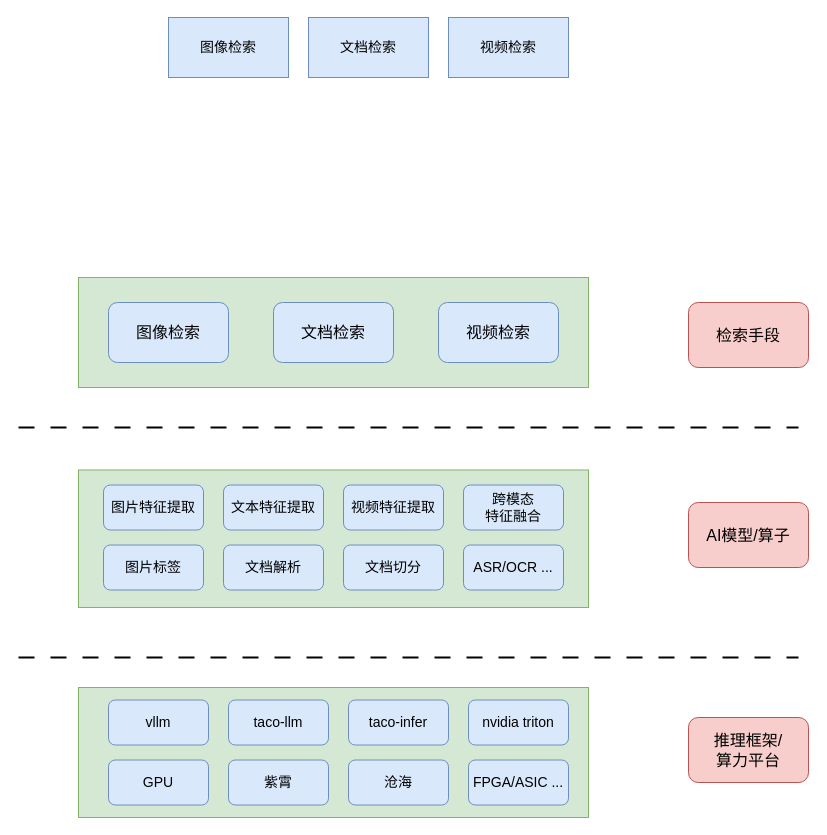
The draw.io diagram 20250531_汇报材料.drawio in CvRocker/draw-io, before the edit. Source tidied: cells renumbered, new cells numbered last; positions are measured from the earlier drawing's top-left corner, leaving out a move shared by most shapes. Both pictures are drawn from the tidied source at 100%, with x=0, y=0 at pixel (18, 17).
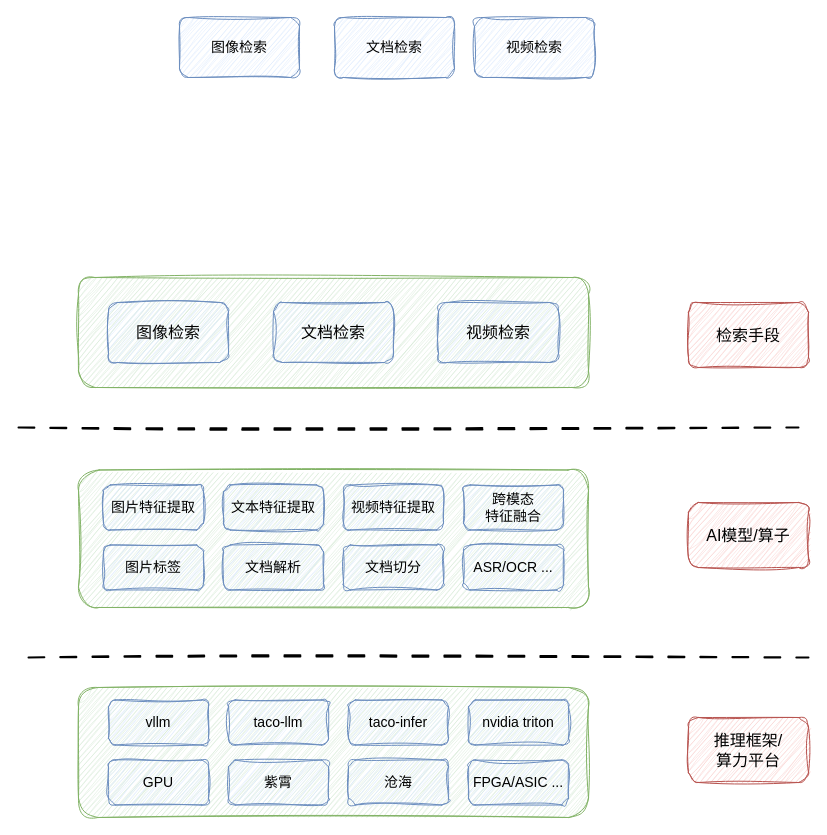
Above is the later version.

Diff of the diagram source:
```diff
@@
-    <mxCell id="2" style="rounded=0;whiteSpace=wrap;html=1;fillColor=#d5e8d4;strokeColor=#82b366;fontFamily=Helvetica;" parent="1" vertex="1">
+    <mxCell id="2" style="rounded=1;whiteSpace=wrap;html=1;fillColor=#d5e8d4;strokeColor=#82b366;fontFamily=Helvetica;sketch=1;curveFitting=1;jiggle=2;" parent="1" vertex="1">
       <mxGeometry x="60" y="260" width="510" height="110" as="geometry" />
     </mxCell>
-    <mxCell id="3" value="&lt;font style=&quot;font-size: 16px;&quot;&gt;检索手段&lt;/font&gt;" style="rounded=1;whiteSpace=wrap;html=1;fillColor=#f8cecc;strokeColor=#b85450;fontFamily=Helvetica;" parent="1" vertex="1">
+    <mxCell id="3" value="&lt;font style=&quot;font-size: 16px;&quot;&gt;检索手段&lt;/font&gt;" style="rounded=1;whiteSpace=wrap;html=1;fillColor=#f8cecc;strokeColor=#b85450;fontFamily=Helvetica;sketch=1;curveFitting=1;jiggle=2;" parent="1" vertex="1">
       <mxGeometry x="670" y="285" width="120" height="65" as="geometry" />
     </mxCell>
-    <mxCell id="4" value="图像检索" style="rounded=0;whiteSpace=wrap;html=1;fillColor=#dae8fc;strokeColor=#6c8ebf;fontFamily=Helvetica;fontSize=14;" parent="1" vertex="1">
-      <mxGeometry x="150" width="120" height="60" as="geometry" />
+    <mxCell id="4" value="图像检索" style="rounded=1;whiteSpace=wrap;html=1;fillColor=#dae8fc;strokeColor=#6c8ebf;fontFamily=Helvetica;fontSize=14;sketch=1;curveFitting=1;jiggle=2;" parent="1" vertex="1">
+      <mxGeometry x="161" width="120" height="60" as="geometry" />
     </mxCell>
-    <mxCell id="5" value="文档检索" style="rounded=0;whiteSpace=wrap;html=1;fillColor=#dae8fc;strokeColor=#6c8ebf;fontFamily=Helvetica;fontSize=14;" parent="1" vertex="1">
-      <mxGeometry x="290" width="120" height="60" as="geometry" />
+    <mxCell id="5" value="文档检索" style="rounded=1;whiteSpace=wrap;html=1;fillColor=#dae8fc;strokeColor=#6c8ebf;fontFamily=Helvetica;fontSize=14;sketch=1;curveFitting=1;jiggle=2;" parent="1" vertex="1">
+      <mxGeometry x="316" width="120" height="60" as="geometry" />
     </mxCell>
-    <mxCell id="6" value="视频检索" style="rounded=0;whiteSpace=wrap;html=1;fillColor=#dae8fc;strokeColor=#6c8ebf;fontFamily=Helvetica;fontSize=14;" parent="1" vertex="1">
-      <mxGeometry x="430" width="120" height="60" as="geometry" />
+    <mxCell id="6" value="视频检索" style="rounded=1;whiteSpace=wrap;html=1;fillColor=#dae8fc;strokeColor=#6c8ebf;fontFamily=Helvetica;fontSize=14;sketch=1;curveFitting=1;jiggle=2;" parent="1" vertex="1">
+      <mxGeometry x="456" width="120" height="60" as="geometry" />
     </mxCell>
-    <mxCell id="7" value="图像检索" style="rounded=1;whiteSpace=wrap;html=1;fontSize=16;fillColor=#dae8fc;strokeColor=#6c8ebf;" parent="1" vertex="1">
+    <mxCell id="7" value="图像检索" style="rounded=1;whiteSpace=wrap;html=1;fontSize=16;fillColor=#dae8fc;strokeColor=#6c8ebf;sketch=1;curveFitting=1;jiggle=2;" parent="1" vertex="1">
       <mxGeometry x="90" y="285" width="120" height="60" as="geometry" />
     </mxCell>
-    <mxCell id="8" value="文档检索" style="rounded=1;whiteSpace=wrap;html=1;fontSize=16;fillColor=#dae8fc;strokeColor=#6c8ebf;" parent="1" vertex="1">
+    <mxCell id="8" value="文档检索" style="rounded=1;whiteSpace=wrap;html=1;fontSize=16;fillColor=#dae8fc;strokeColor=#6c8ebf;sketch=1;curveFitting=1;jiggle=2;" parent="1" vertex="1">
       <mxGeometry x="255" y="285" width="120" height="60" as="geometry" />
     </mxCell>
-    <mxCell id="9" value="视频检索" style="rounded=1;whiteSpace=wrap;html=1;fontSize=16;fillColor=#dae8fc;strokeColor=#6c8ebf;" parent="1" vertex="1">
+    <mxCell id="9" value="视频检索" style="rounded=1;whiteSpace=wrap;html=1;fontSize=16;fillColor=#dae8fc;strokeColor=#6c8ebf;sketch=1;curveFitting=1;jiggle=2;" parent="1" vertex="1">
       <mxGeometry x="420" y="285" width="120" height="60" as="geometry" />
     </mxCell>
-    <mxCell id="10" style="endArrow=none;html=1;rounded=0;dashed=1;dashPattern=8 8;strokeWidth=2;" parent="1" edge="1">
+    <mxCell id="10" style="endArrow=none;html=1;rounded=1;dashed=1;dashPattern=8 8;strokeWidth=2;sketch=1;curveFitting=1;jiggle=2;" parent="1" edge="1">
       <mxGeometry relative="1" as="geometry">
         <mxPoint y="410" as="sourcePoint" />
         <mxPoint x="780" y="410" as="targetPoint" />
       </mxGeometry>
     </mxCell>
-    <mxCell id="11" style="rounded=0;whiteSpace=wrap;html=1;fillColor=#d5e8d4;strokeColor=#82b366;fontFamily=Helvetica;" parent="1" vertex="1">
+    <mxCell id="11" style="rounded=1;whiteSpace=wrap;html=1;fillColor=#d5e8d4;strokeColor=#82b366;fontFamily=Helvetica;sketch=1;curveFitting=1;jiggle=2;" parent="1" vertex="1">
       <mxGeometry x="60" y="452.5" width="510" height="137.5" as="geometry" />
     </mxCell>
-    <mxCell id="12" value="&lt;span style=&quot;font-size: 16px;&quot;&gt;AI模型/算子&lt;/span&gt;" style="rounded=1;whiteSpace=wrap;html=1;fillColor=#f8cecc;strokeColor=#b85450;fontFamily=Helvetica;" parent="1" vertex="1">
+    <mxCell id="12" value="&lt;span style=&quot;font-size: 16px;&quot;&gt;AI模型/算子&lt;/span&gt;" style="rounded=1;whiteSpace=wrap;html=1;fillColor=#f8cecc;strokeColor=#b85450;fontFamily=Helvetica;sketch=1;curveFitting=1;jiggle=2;" parent="1" vertex="1">
       <mxGeometry x="670" y="485" width="120" height="65" as="geometry" />
     </mxCell>
-    <mxCell id="13" value="图片特征提取" style="rounded=1;whiteSpace=wrap;html=1;fontSize=14;fillColor=#dae8fc;strokeColor=#6c8ebf;" parent="1" vertex="1">
+    <mxCell id="13" value="图片特征提取" style="rounded=1;whiteSpace=wrap;html=1;fontSize=14;fillColor=#dae8fc;strokeColor=#6c8ebf;sketch=1;curveFitting=1;jiggle=2;" parent="1" vertex="1">
       <mxGeometry x="85" y="467.5" width="100" height="45" as="geometry" />
     </mxCell>
-    <mxCell id="14" value="文本特征提取" style="rounded=1;whiteSpace=wrap;html=1;fontSize=14;fillColor=#dae8fc;strokeColor=#6c8ebf;" parent="1" vertex="1">
+    <mxCell id="14" value="文本特征提取" style="rounded=1;whiteSpace=wrap;html=1;fontSize=14;fillColor=#dae8fc;strokeColor=#6c8ebf;sketch=1;curveFitting=1;jiggle=2;" parent="1" vertex="1">
       <mxGeometry x="205" y="467.5" width="100" height="45" as="geometry" />
     </mxCell>
-    <mxCell id="15" value="视频特征提取" style="rounded=1;whiteSpace=wrap;html=1;fontSize=14;fillColor=#dae8fc;strokeColor=#6c8ebf;" parent="1" vertex="1">
+    <mxCell id="15" value="视频特征提取" style="rounded=1;whiteSpace=wrap;html=1;fontSize=14;fillColor=#dae8fc;strokeColor=#6c8ebf;sketch=1;curveFitting=1;jiggle=2;" parent="1" vertex="1">
       <mxGeometry x="325" y="467.5" width="100" height="45" as="geometry" />
     </mxCell>
-    <mxCell id="16" value="跨模态&lt;div&gt;特征融合&lt;/div&gt;" style="rounded=1;whiteSpace=wrap;html=1;fontSize=14;fillColor=#dae8fc;strokeColor=#6c8ebf;" parent="1" vertex="1">
+    <mxCell id="16" value="跨模态&lt;div&gt;特征融合&lt;/div&gt;" style="rounded=1;whiteSpace=wrap;html=1;fontSize=14;fillColor=#dae8fc;strokeColor=#6c8ebf;sketch=1;curveFitting=1;jiggle=2;" parent="1" vertex="1">
       <mxGeometry x="445" y="467.5" width="100" height="45" as="geometry" />
     </mxCell>
-    <mxCell id="17" value="图片标签" style="rounded=1;whiteSpace=wrap;html=1;fontSize=14;fillColor=#dae8fc;strokeColor=#6c8ebf;" parent="1" vertex="1">
+    <mxCell id="17" value="图片标签" style="rounded=1;whiteSpace=wrap;html=1;fontSize=14;fillColor=#dae8fc;strokeColor=#6c8ebf;sketch=1;curveFitting=1;jiggle=2;" parent="1" vertex="1">
       <mxGeometry x="85" y="527.5" width="100" height="45" as="geometry" />
     </mxCell>
-    <mxCell id="18" value="文档解析" style="rounded=1;whiteSpace=wrap;html=1;fontSize=14;fillColor=#dae8fc;strokeColor=#6c8ebf;" parent="1" vertex="1">
+    <mxCell id="18" value="文档解析" style="rounded=1;whiteSpace=wrap;html=1;fontSize=14;fillColor=#dae8fc;strokeColor=#6c8ebf;sketch=1;curveFitting=1;jiggle=2;" parent="1" vertex="1">
       <mxGeometry x="205" y="527.5" width="100" height="45" as="geometry" />
     </mxCell>
-    <mxCell id="19" value="文档切分" style="rounded=1;whiteSpace=wrap;html=1;fontSize=14;fillColor=#dae8fc;strokeColor=#6c8ebf;" parent="1" vertex="1">
+    <mxCell id="19" value="文档切分" style="rounded=1;whiteSpace=wrap;html=1;fontSize=14;fillColor=#dae8fc;strokeColor=#6c8ebf;sketch=1;curveFitting=1;jiggle=2;" parent="1" vertex="1">
       <mxGeometry x="325" y="527.5" width="100" height="45" as="geometry" />
     </mxCell>
-    <mxCell id="20" value="ASR/OCR ..." style="rounded=1;whiteSpace=wrap;html=1;fontSize=14;fillColor=#dae8fc;strokeColor=#6c8ebf;" parent="1" vertex="1">
+    <mxCell id="20" value="ASR/OCR ..." style="rounded=1;whiteSpace=wrap;html=1;fontSize=14;fillColor=#dae8fc;strokeColor=#6c8ebf;sketch=1;curveFitting=1;jiggle=2;" parent="1" vertex="1">
       <mxGeometry x="445" y="527.5" width="100" height="45" as="geometry" />
     </mxCell>
-    <mxCell id="21" style="endArrow=none;html=1;rounded=0;dashed=1;dashPattern=8 8;strokeWidth=2;" parent="1" edge="1">
-      <mxGeometry relative="1" as="geometry">
-        <mxPoint y="640" as="sourcePoint" />
-        <mxPoint x="780" y="640" as="targetPoint" />
-      </mxGeometry>
-    </mxCell>
-    <mxCell id="22" value="&lt;span style=&quot;font-size: 16px;&quot;&gt;推理框架/&lt;/span&gt;&lt;div&gt;&lt;span style=&quot;font-size: 16px;&quot;&gt;算力平台&lt;/span&gt;&lt;/div&gt;" style="rounded=1;whiteSpace=wrap;html=1;fillColor=#f8cecc;strokeColor=#b85450;fontFamily=Helvetica;" parent="1" vertex="1">
+    <mxCell id="22" value="&lt;span style=&quot;font-size: 16px;&quot;&gt;推理框架/&lt;/span&gt;&lt;div&gt;&lt;span style=&quot;font-size: 16px;&quot;&gt;算力平台&lt;/span&gt;&lt;/div&gt;" style="rounded=1;whiteSpace=wrap;html=1;fillColor=#f8cecc;strokeColor=#b85450;fontFamily=Helvetica;sketch=1;curveFitting=1;jiggle=2;" parent="1" vertex="1">
       <mxGeometry x="670" y="700" width="120" height="65" as="geometry" />
     </mxCell>
-    <mxCell id="23" style="rounded=0;whiteSpace=wrap;html=1;fillColor=#d5e8d4;strokeColor=#82b366;fontFamily=Helvetica;" parent="1" vertex="1">
+    <mxCell id="23" style="rounded=1;whiteSpace=wrap;html=1;fillColor=#d5e8d4;strokeColor=#82b366;fontFamily=Helvetica;sketch=1;curveFitting=1;jiggle=2;" parent="1" vertex="1">
       <mxGeometry x="60" y="670" width="510" height="130" as="geometry" />
     </mxCell>
-    <mxCell id="24" value="vllm" style="rounded=1;whiteSpace=wrap;html=1;fontSize=14;fillColor=#dae8fc;strokeColor=#6c8ebf;" parent="1" vertex="1">
+    <mxCell id="24" value="vllm" style="rounded=1;whiteSpace=wrap;html=1;fontSize=14;fillColor=#dae8fc;strokeColor=#6c8ebf;sketch=1;curveFitting=1;jiggle=2;" parent="1" vertex="1">
       <mxGeometry x="90" y="682.5" width="100" height="45" as="geometry" />
     </mxCell>
-    <mxCell id="25" value="taco-llm" style="rounded=1;whiteSpace=wrap;html=1;fontSize=14;fillColor=#dae8fc;strokeColor=#6c8ebf;" parent="1" vertex="1">
+    <mxCell id="25" value="taco-llm" style="rounded=1;whiteSpace=wrap;html=1;fontSize=14;fillColor=#dae8fc;strokeColor=#6c8ebf;sketch=1;curveFitting=1;jiggle=2;" parent="1" vertex="1">
       <mxGeometry x="210" y="682.5" width="100" height="45" as="geometry" />
     </mxCell>
-    <mxCell id="26" value="taco-infer" style="rounded=1;whiteSpace=wrap;html=1;fontSize=14;fillColor=#dae8fc;strokeColor=#6c8ebf;" parent="1" vertex="1">
+    <mxCell id="26" value="taco-infer" style="rounded=1;whiteSpace=wrap;html=1;fontSize=14;fillColor=#dae8fc;strokeColor=#6c8ebf;sketch=1;curveFitting=1;jiggle=2;" parent="1" vertex="1">
       <mxGeometry x="330" y="682.5" width="100" height="45" as="geometry" />
     </mxCell>
-    <mxCell id="27" value="nvidia triton" style="rounded=1;whiteSpace=wrap;html=1;fontSize=14;fillColor=#dae8fc;strokeColor=#6c8ebf;" parent="1" vertex="1">
+    <mxCell id="27" value="nvidia triton" style="rounded=1;whiteSpace=wrap;html=1;fontSize=14;fillColor=#dae8fc;strokeColor=#6c8ebf;sketch=1;curveFitting=1;jiggle=2;" parent="1" vertex="1">
       <mxGeometry x="450" y="682.5" width="100" height="45" as="geometry" />
     </mxCell>
-    <mxCell id="28" value="GPU" style="rounded=1;whiteSpace=wrap;html=1;fontSize=14;fillColor=#dae8fc;strokeColor=#6c8ebf;" parent="1" vertex="1">
+    <mxCell id="28" value="GPU" style="rounded=1;whiteSpace=wrap;html=1;fontSize=14;fillColor=#dae8fc;strokeColor=#6c8ebf;sketch=1;curveFitting=1;jiggle=2;" parent="1" vertex="1">
       <mxGeometry x="90" y="742.5" width="100" height="45" as="geometry" />
     </mxCell>
-    <mxCell id="29" value="紫霄" style="rounded=1;whiteSpace=wrap;html=1;fontSize=14;fillColor=#dae8fc;strokeColor=#6c8ebf;" parent="1" vertex="1">
+    <mxCell id="29" value="紫霄" style="rounded=1;whiteSpace=wrap;html=1;fontSize=14;fillColor=#dae8fc;strokeColor=#6c8ebf;sketch=1;curveFitting=1;jiggle=2;" parent="1" vertex="1">
       <mxGeometry x="210" y="742.5" width="100" height="45" as="geometry" />
     </mxCell>
-    <mxCell id="30" value="沧海" style="rounded=1;whiteSpace=wrap;html=1;fontSize=14;fillColor=#dae8fc;strokeColor=#6c8ebf;" parent="1" vertex="1">
+    <mxCell id="30" value="沧海" style="rounded=1;whiteSpace=wrap;html=1;fontSize=14;fillColor=#dae8fc;strokeColor=#6c8ebf;sketch=1;curveFitting=1;jiggle=2;" parent="1" vertex="1">
       <mxGeometry x="330" y="742.5" width="100" height="45" as="geometry" />
     </mxCell>
-    <mxCell id="31" value="FPGA/ASIC ..." style="rounded=1;whiteSpace=wrap;html=1;fontSize=14;fillColor=#dae8fc;strokeColor=#6c8ebf;" parent="1" vertex="1">
+    <mxCell id="31" value="FPGA/ASIC ..." style="rounded=1;whiteSpace=wrap;html=1;fontSize=14;fillColor=#dae8fc;strokeColor=#6c8ebf;sketch=1;curveFitting=1;jiggle=2;" parent="1" vertex="1">
       <mxGeometry x="450" y="742.5" width="100" height="45" as="geometry" />
     </mxCell>
+    <mxCell id="32" style="endArrow=none;html=1;rounded=1;dashed=1;dashPattern=8 8;strokeWidth=2;sketch=1;curveFitting=1;jiggle=2;" parent="1" edge="1">
+      <mxGeometry relative="1" as="geometry">
+        <mxPoint x="10" y="640" as="sourcePoint" />
+        <mxPoint x="790" y="640" as="targetPoint" />
+      </mxGeometry>
+    </mxCell>
```
